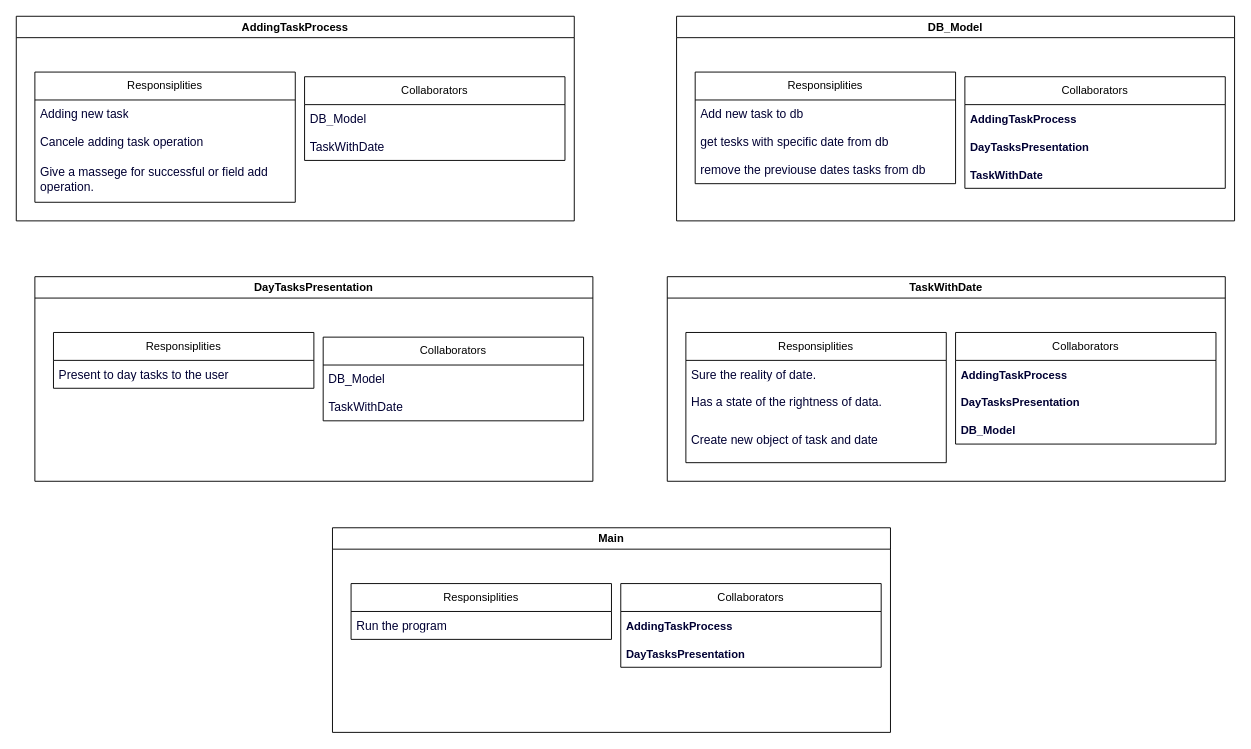
Earlier version of the draw.io diagram CRC.drawio (Ahmed101Mohammed/dates-remainder). Source tidied: cells renumbered, new cells numbered last; positions are measured from the earlier drawing's top-left corner, leaving out a move shared by most shapes. Both pictures are drawn from the tidied source at 93%, with x=0, y=0 at pixel (16, 16).
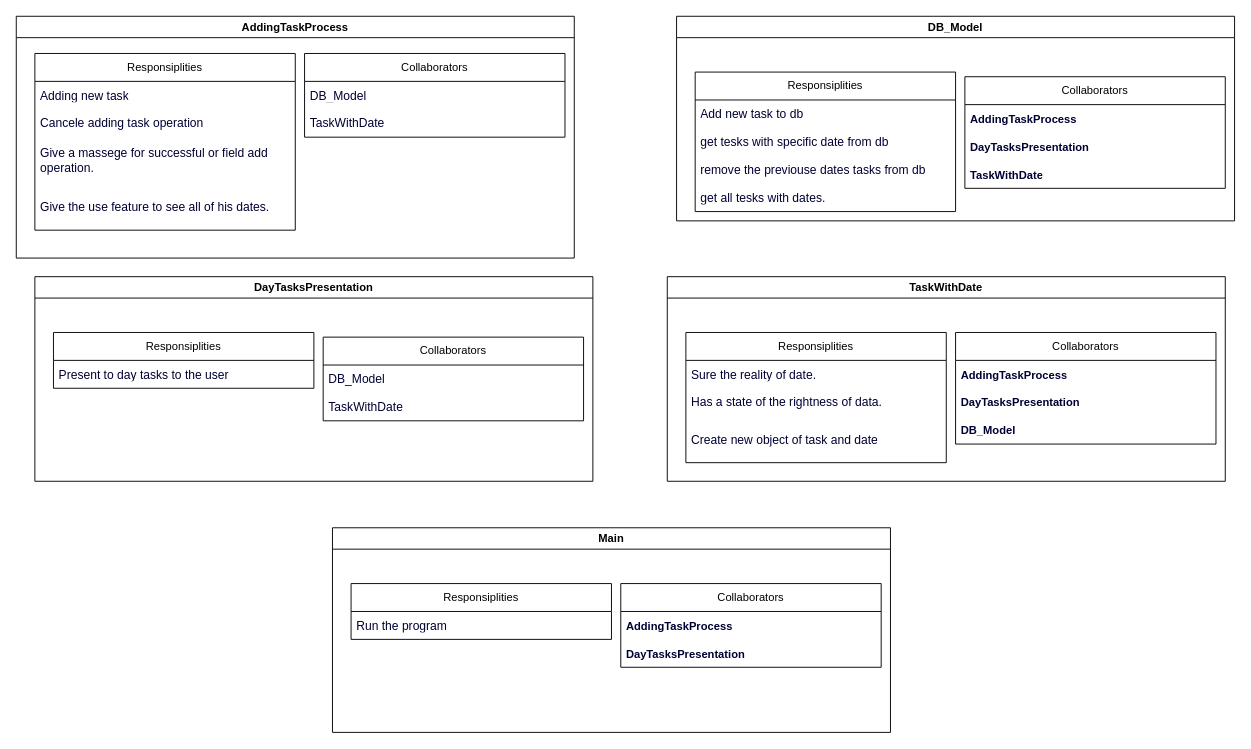
The same diagram, later.

Commit message (it also covers changes not shown here):
Add new feature called: allmyTasks. This feature help you to see all the tasks that you recored befor. I upgrage all of: - DB_Model class. - AddingTaskProcess class.

The change refers to these unchanged cells:
```xml
<mxCell id="16" value="DB_Model" style="swimlane;whiteSpace=wrap;html=1;" parent="1" vertex="1">
  <mxGeometry x="710" width="600" height="220" as="geometry" />
</mxCell>
```

Diff of the diagram source:
```diff
@@
     <mxCell id="2" value="AddingTaskProcess" style="swimlane;whiteSpace=wrap;html=1;" parent="1" vertex="1">
-      <mxGeometry width="600" height="220" as="geometry" />
+      <mxGeometry width="600" height="260" as="geometry" />
     </mxCell>
     <mxCell id="3" value="Responsiplities" style="swimlane;fontStyle=0;horizontal=1;startSize=30;whiteSpace=wrap;html=1;" parent="2" vertex="1">
-      <mxGeometry x="20" y="60" width="280" height="140" as="geometry" />
+      <mxGeometry x="20" y="40" width="280" height="190" as="geometry" />
     </mxCell>
@@
+    <mxCell id="40" value="Give the use feature to see all of his dates." style="text;strokeColor=none;fillColor=none;align=left;verticalAlign=middle;spacingLeft=4;spacingRight=4;overflow=hidden;whiteSpace=wrap;html=1;fontColor=#000033;fontSize=13;" parent="3" vertex="1">
+      <mxGeometry y="140" width="280" height="50" as="geometry" />
+    </mxCell>
     <mxCell id="7" value="Collaborators" style="swimlane;fontStyle=0;horizontal=1;startSize=30;whiteSpace=wrap;html=1;" parent="2" vertex="1">
-      <mxGeometry x="310" y="65" width="280" height="90" as="geometry" />
+      <mxGeometry x="310" y="40" width="280" height="90" as="geometry" />
     </mxCell>
@@
     <mxCell id="17" value="Responsiplities" style="swimlane;fontStyle=0;horizontal=1;startSize=30;whiteSpace=wrap;html=1;" parent="16" vertex="1">
-      <mxGeometry x="20" y="60" width="280" height="120" as="geometry" />
+      <mxGeometry x="20" y="60" width="280" height="150" as="geometry" />
     </mxCell>
@@
+    <mxCell id="41" value="get all tesks with dates." style="text;strokeColor=none;fillColor=none;align=left;verticalAlign=middle;spacingLeft=4;spacingRight=4;overflow=hidden;whiteSpace=wrap;html=1;fontColor=#000033;fontSize=13;" parent="17" vertex="1">
+      <mxGeometry y="120" width="280" height="30" as="geometry" />
+    </mxCell>
```
